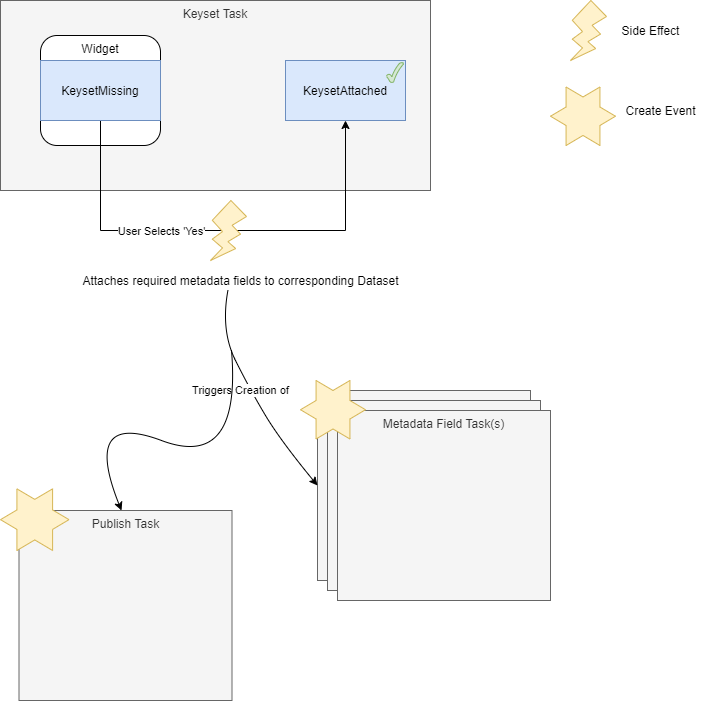
Above: images/DIME_Keyset_Taskflow.png in dal-dime/documentation (draw.io), before the change. Source tidied: cells renumbered, new cells last; positions are measured from the earlier drawing's top-left corner, leaving out a move shared by most shapes. The source it was exported from:
```xml
<mxGraphModel>
  <root>
    <mxCell id="0" />
    <mxCell id="1" parent="0" />
    <mxCell id="2" value="Keyset Task" style="rounded=0;whiteSpace=wrap;html=1;verticalAlign=top;fillColor=#f5f5f5;strokeColor=#666666;fontColor=#333333;" parent="1" vertex="1">
      <mxGeometry width="430" height="190" as="geometry" />
    </mxCell>
    <mxCell id="3" value="Widget" style="rounded=1;whiteSpace=wrap;html=1;horizontal=1;verticalAlign=top;" parent="1" vertex="1">
      <mxGeometry x="40" y="35" width="120" height="110" as="geometry" />
    </mxCell>
    <mxCell id="4" style="edgeStyle=orthogonalEdgeStyle;rounded=0;jettySize=auto;html=1;entryX=0.5;entryY=1;entryDx=0;entryDy=0;" parent="1" edge="1" source="6" target="8">
      <mxGeometry relative="1" as="geometry">
        <Array as="points">
          <mxPoint x="100" y="230" />
          <mxPoint x="345" y="230" />
        </Array>
      </mxGeometry>
    </mxCell>
    <mxCell id="5" value="User Selects 'Yes'" style="edgeLabel;html=1;align=center;verticalAlign=middle;" parent="4" vertex="1">
      <mxGeometry x="-0.53" y="60" relative="1" as="geometry">
        <mxPoint x="60" y="60" as="offset" />
      </mxGeometry>
    </mxCell>
    <mxCell id="6" value="KeysetMissing" style="rounded=0;whiteSpace=wrap;html=1;fillColor=#dae8fc;strokeColor=#6c8ebf;" parent="1" vertex="1">
      <mxGeometry x="40" y="60" width="120" height="60" as="geometry" />
    </mxCell>
    <mxCell id="7" style="group;" parent="1" vertex="1">
      <mxGeometry x="285" y="60" width="120" height="60" as="geometry" />
    </mxCell>
    <mxCell id="8" value="KeysetAttached" style="rounded=0;whiteSpace=wrap;html=1;fillColor=#dae8fc;strokeColor=#6c8ebf;" parent="7" vertex="1">
      <mxGeometry width="120" height="60" as="geometry" />
    </mxCell>
    <mxCell id="9" style="verticalLabelPosition=bottom;verticalAlign=top;html=1;shape=mxgraph.basic.tick;fillColor=#d5e8d4;strokeColor=#82b366;" parent="7" vertex="1">
      <mxGeometry x="101" y="2" width="17" height="20" as="geometry" />
    </mxCell>
    <mxCell id="10" style="verticalLabelPosition=bottom;verticalAlign=top;html=1;shape=mxgraph.basic.flash;fillColor=#fff2cc;strokeColor=#d6b656;" parent="1" vertex="1">
      <mxGeometry x="210" y="200" width="36" height="60" as="geometry" />
    </mxCell>
    <mxCell id="11" value="Attaches required metadata fields to corresponding Dataset" style="text;html=1;align=center;verticalAlign=middle;points=[];" parent="1" vertex="1">
      <mxGeometry x="75" y="270" width="330" height="20" as="geometry" />
    </mxCell>
    <mxCell id="12" style="rounded=0;whiteSpace=wrap;html=1;verticalAlign=top;fillColor=#f5f5f5;strokeColor=#666666;fontColor=#333333;" parent="1" vertex="1">
      <mxGeometry x="317" y="390" width="213" height="190" as="geometry" />
    </mxCell>
    <mxCell id="13" style="rounded=0;whiteSpace=wrap;html=1;verticalAlign=top;fillColor=#f5f5f5;strokeColor=#666666;fontColor=#333333;" parent="1" vertex="1">
      <mxGeometry x="327" y="400" width="213" height="190" as="geometry" />
    </mxCell>
    <mxCell id="14" value="Metadata Field Task(s)" style="rounded=0;whiteSpace=wrap;html=1;verticalAlign=top;fillColor=#f5f5f5;strokeColor=#666666;fontColor=#333333;" parent="1" vertex="1">
      <mxGeometry x="337" y="410" width="213" height="190" as="geometry" />
    </mxCell>
    <mxCell id="15" style="verticalLabelPosition=bottom;verticalAlign=top;html=1;shape=mxgraph.basic.6_point_star;fillColor=#fff2cc;strokeColor=#d6b656;" parent="1" vertex="1">
      <mxGeometry x="300" y="380" width="65" height="58.5" as="geometry" />
    </mxCell>
    <mxCell id="16" value="Triggers Creation of" style="curved=1;endArrow=classic;html=1;exitX=0.462;exitY=0.983;exitDx=0;exitDy=0;exitPerimeter=0;entryX=0;entryY=0.5;entryDx=0;entryDy=0;" parent="1" edge="1" source="11" target="12">
      <mxGeometry x="-0.08" y="-9" relative="1" as="geometry">
        <Array as="points">
          <mxPoint x="220" y="330" />
          <mxPoint x="250" y="390" />
          <mxPoint x="280" y="440" />
        </Array>
      </mxGeometry>
    </mxCell>
    <mxCell id="17" style="curved=1;endArrow=classic;html=1;" parent="1" edge="1">
      <mxGeometry relative="1" as="geometry">
        <mxPoint x="231" y="350" as="sourcePoint" />
        <mxPoint x="121" y="510" as="targetPoint" />
        <Array as="points">
          <mxPoint x="241" y="470" />
          <mxPoint x="81" y="410" />
        </Array>
      </mxGeometry>
    </mxCell>
    <mxCell id="18" value="Publish Task" style="rounded=0;whiteSpace=wrap;html=1;verticalAlign=top;fillColor=#f5f5f5;strokeColor=#666666;fontColor=#333333;" parent="1" vertex="1">
      <mxGeometry x="18.5" y="510" width="213" height="190" as="geometry" />
    </mxCell>
    <mxCell id="19" style="verticalLabelPosition=bottom;verticalAlign=top;html=1;shape=mxgraph.basic.6_point_star;fillColor=#fff2cc;strokeColor=#d6b656;" parent="1" vertex="1">
      <mxGeometry y="488.4" width="68.5" height="61.6" as="geometry" />
    </mxCell>
    <mxCell id="20" style="verticalLabelPosition=bottom;verticalAlign=top;html=1;shape=mxgraph.basic.flash;fillColor=#fff2cc;strokeColor=#d6b656;" parent="1" vertex="1">
      <mxGeometry x="570" width="36" height="60" as="geometry" />
    </mxCell>
    <mxCell id="21" value="Side Effect" style="text;html=1;align=center;verticalAlign=middle;" parent="1" vertex="1">
      <mxGeometry x="615" y="20" width="70" height="20" as="geometry" />
    </mxCell>
    <mxCell id="22" style="verticalLabelPosition=bottom;verticalAlign=top;html=1;shape=mxgraph.basic.6_point_star;fillColor=#fff2cc;strokeColor=#d6b656;" parent="1" vertex="1">
      <mxGeometry x="550" y="86.5" width="65" height="58.5" as="geometry" />
    </mxCell>
    <mxCell id="23" value="Create Event" style="text;html=1;align=center;verticalAlign=middle;" parent="1" vertex="1">
      <mxGeometry x="615" y="100" width="90" height="20" as="geometry" />
    </mxCell>
  </root>
</mxGraphModel>
```
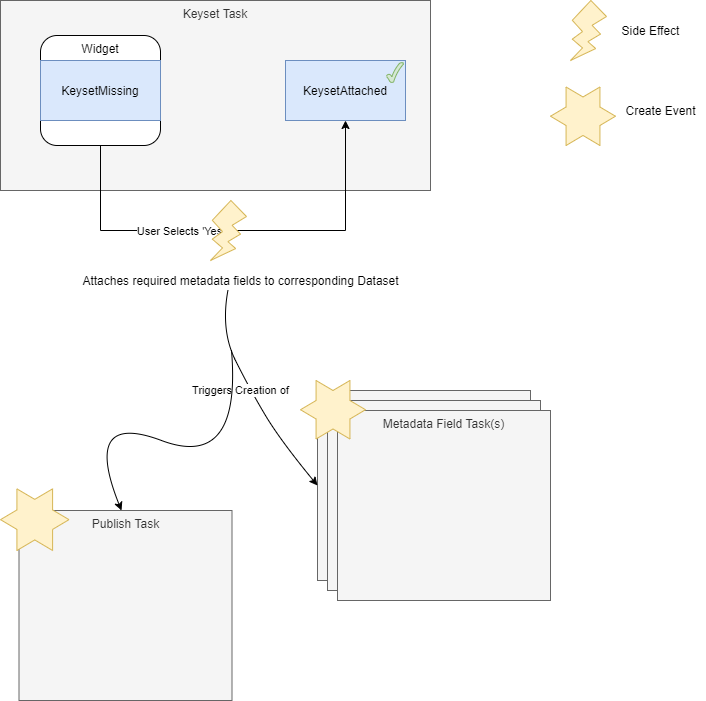
After the commit.

What changed in the source:
```diff
@@ -8,7 +8,7 @@
     <mxCell id="3" value="Widget" style="rounded=1;whiteSpace=wrap;html=1;horizontal=1;verticalAlign=top;" parent="1" vertex="1">
       <mxGeometry x="40" y="35" width="120" height="110" as="geometry" />
     </mxCell>
-    <mxCell id="4" style="edgeStyle=orthogonalEdgeStyle;rounded=0;jettySize=auto;html=1;entryX=0.5;entryY=1;entryDx=0;entryDy=0;" parent="1" edge="1" source="6" target="8">
+    <mxCell id="4" style="edgeStyle=orthogonalEdgeStyle;rounded=0;jettySize=auto;html=1;entryX=0.5;entryY=1;entryDx=0;entryDy=0;" parent="1" edge="1" source="3" target="8">
       <mxGeometry relative="1" as="geometry">
         <Array as="points">
           <mxPoint x="100" y="230" />
```
